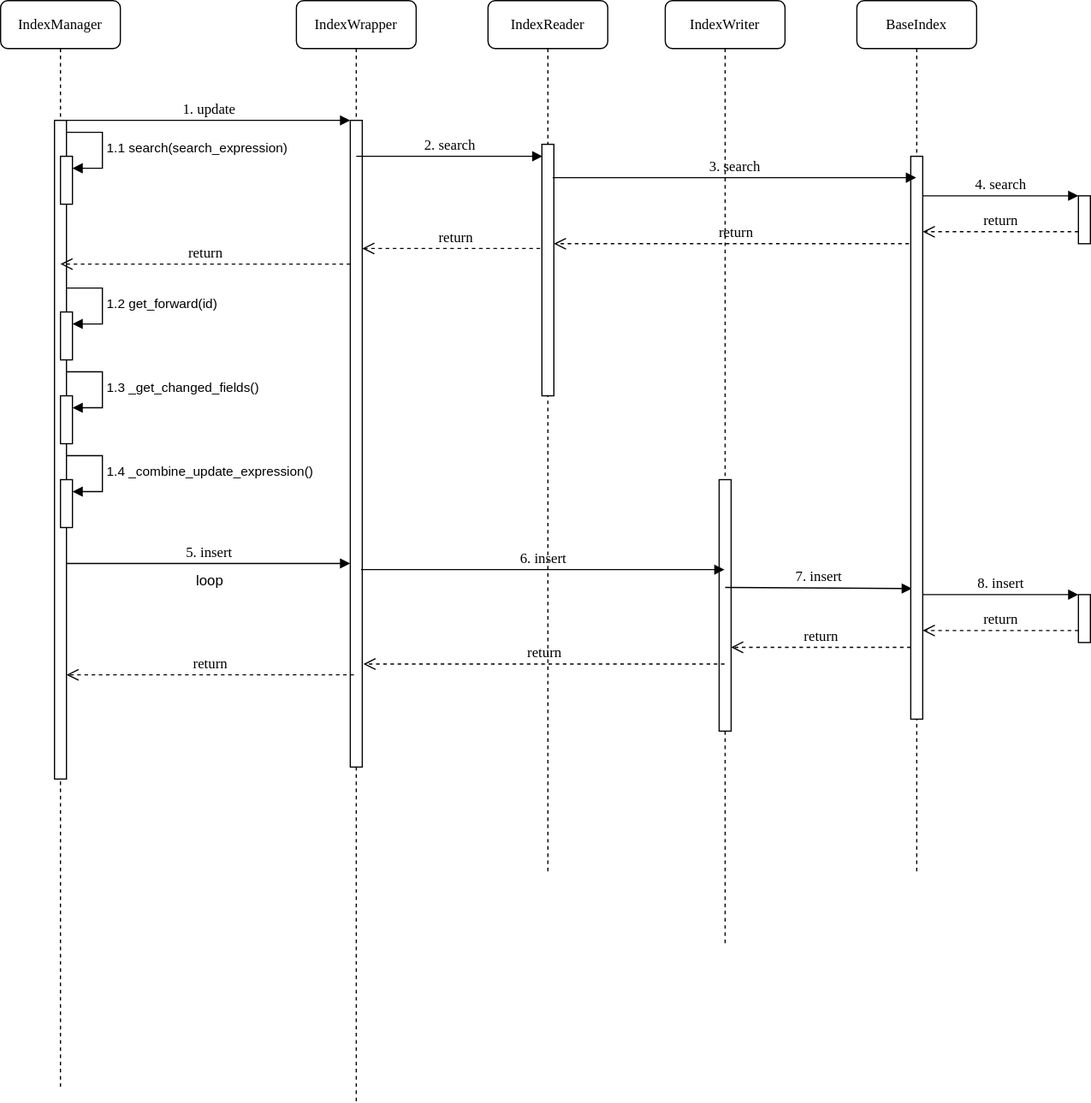
Before: memdb_erase时序图.drawio 的副本.svg, a diagram exported from draw.io (gaochenxi/drawio). Source tidied: cells renumbered, new cells last; positions are measured from the earlier drawing's top-left corner, leaving out a move shared by most shapes.
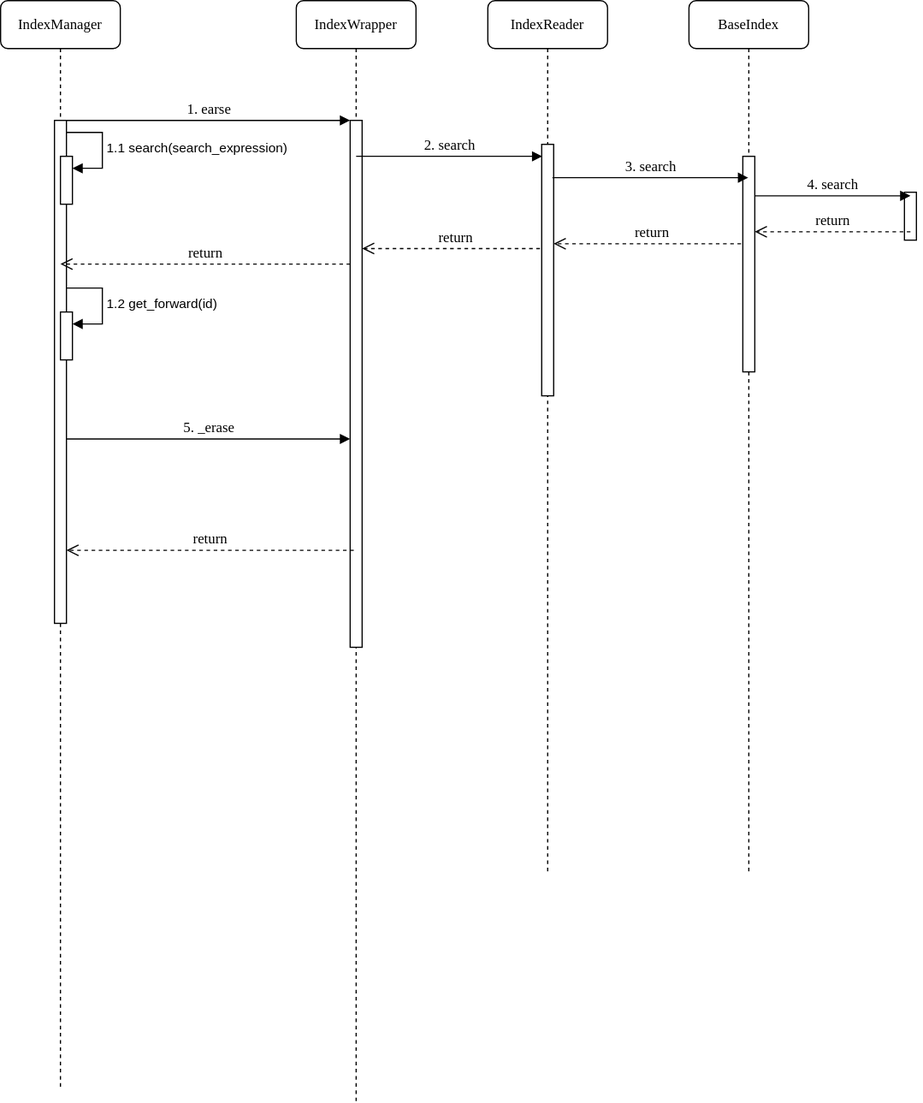
The same file after the commit.

Commit message:
更新memdb_erase时序图.drawio 的副本.svg

The edit, as a diff of the source:
```diff
@@ -2,30 +2,11 @@
   <root>
     <mxCell id="0" />
     <mxCell id="1" parent="0" />
-    <mxCell id="2" value="IndexWriter" style="shape=umlLifeline;perimeter=lifelinePerimeter;whiteSpace=wrap;html=1;outlineConnect=0;rounded=1;shadow=0;comic=0;labelBackgroundColor=none;strokeWidth=1;fontFamily=Verdana;fontSize=12;align=center;" parent="1" vertex="1">
-      <mxGeometry x="555" width="100" height="790" as="geometry" />
-    </mxCell>
-    <mxCell id="3" style="html=1;perimeter=orthogonalPerimeter;rounded=0;shadow=0;comic=0;labelBackgroundColor=none;strokeWidth=1;fontFamily=Verdana;fontSize=12;align=center;" parent="2" vertex="1">
-      <mxGeometry x="45" y="400" width="10" height="210" as="geometry" />
-    </mxCell>
-    <mxCell id="4" value="7. insert" style="html=1;verticalAlign=bottom;endArrow=block;labelBackgroundColor=none;fontFamily=Verdana;fontSize=12;elbow=vertical;entryX=0.1;entryY=0.768;entryDx=0;entryDy=0;entryPerimeter=0;" parent="2" edge="1" target="30">
-      <mxGeometry relative="1" as="geometry">
-        <mxPoint x="50" y="490" as="sourcePoint" />
-      </mxGeometry>
-    </mxCell>
-    <mxCell id="5" value="return" style="html=1;verticalAlign=bottom;endArrow=open;dashed=1;endSize=8;labelBackgroundColor=none;fontFamily=Verdana;fontSize=12;edgeStyle=elbowEdgeStyle;elbow=vertical;" parent="2" edge="1" source="30">
-      <mxGeometry relative="1" as="geometry">
-        <mxPoint x="55" y="540" as="targetPoint" />
-        <Array as="points">
-          <mxPoint x="160" y="540" />
-        </Array>
-      </mxGeometry>
-    </mxCell>
     <mxCell id="6" value="IndexWrapper" style="shape=umlLifeline;perimeter=lifelinePerimeter;whiteSpace=wrap;html=1;rounded=1;shadow=0;comic=0;labelBackgroundColor=none;strokeWidth=1;fontFamily=Verdana;fontSize=12;align=center;" parent="1" vertex="1">
       <mxGeometry x="247" width="100" height="920" as="geometry" />
     </mxCell>
     <mxCell id="7" style="html=1;points=[];perimeter=orthogonalPerimeter;rounded=0;shadow=0;comic=0;labelBackgroundColor=none;strokeWidth=1;fontFamily=Verdana;fontSize=12;align=center;" parent="6" vertex="1">
-      <mxGeometry x="45" y="100" width="10" height="540" as="geometry" />
+      <mxGeometry x="45" y="100" width="10" height="440" as="geometry" />
     </mxCell>
     <mxCell id="8" value="return" style="html=1;verticalAlign=bottom;endArrow=open;dashed=1;endSize=8;labelBackgroundColor=none;fontFamily=Verdana;fontSize=12;elbow=vertical;" parent="6" edge="1">
       <mxGeometry relative="1" as="geometry">
@@ -51,13 +32,13 @@
       </mxGeometry>
     </mxCell>
     <mxCell id="13" value="BaseIndex" style="shape=umlLifeline;perimeter=lifelinePerimeter;whiteSpace=wrap;html=1;outlineConnect=0;rounded=1;shadow=0;comic=0;labelBackgroundColor=none;strokeWidth=1;fontFamily=Verdana;fontSize=12;align=center;" parent="1" vertex="1">
-      <mxGeometry x="715" width="100" height="730" as="geometry" />
+      <mxGeometry x="575" width="100" height="730" as="geometry" />
     </mxCell>
     <mxCell id="14" value="IndexManager" style="shape=umlLifeline;perimeter=lifelinePerimeter;whiteSpace=wrap;html=1;rounded=1;shadow=0;comic=0;labelBackgroundColor=none;strokeWidth=1;fontFamily=Verdana;fontSize=12;align=center;" parent="1" vertex="1">
       <mxGeometry width="100" height="910" as="geometry" />
     </mxCell>
     <mxCell id="15" style="html=1;points=[];perimeter=orthogonalPerimeter;rounded=0;shadow=0;comic=0;labelBackgroundColor=none;strokeWidth=1;fontFamily=Verdana;fontSize=12;align=center;" parent="14" vertex="1">
-      <mxGeometry x="45" y="100" width="10" height="550" as="geometry" />
+      <mxGeometry x="45" y="100" width="10" height="420" as="geometry" />
     </mxCell>
     <mxCell id="16" style="group;" parent="14" vertex="1">
       <mxGeometry x="50" y="130" width="35" height="40" as="geometry" />
@@ -87,48 +68,20 @@
         </Array>
       </mxGeometry>
     </mxCell>
-    <mxCell id="22" style="group;" parent="14" vertex="1">
-      <mxGeometry x="50" y="330" width="35" height="40" as="geometry" />
-    </mxCell>
-    <mxCell id="23" style="html=1;points=[];perimeter=orthogonalPerimeter;outlineConnect=0;targetShapes=umlLifeline;portConstraint=eastwest;newEdgeStyle={&quot;edgeStyle&quot;:&quot;elbowEdgeStyle&quot;,&quot;elbow&quot;:&quot;vertical&quot;,&quot;curved&quot;:0,&quot;rounded&quot;:0};" parent="22" vertex="1">
-      <mxGeometry width="10" height="40" as="geometry" />
-    </mxCell>
-    <mxCell id="24" value="1.3 _get_changed_fields()" style="html=1;align=left;spacingLeft=2;endArrow=block;rounded=0;edgeStyle=orthogonalEdgeStyle;curved=0;rounded=0;" parent="22" edge="1" target="23">
-      <mxGeometry x="0.01" relative="1" as="geometry">
-        <mxPoint x="5" y="-20" as="sourcePoint" />
-        <Array as="points">
-          <mxPoint x="35" y="10" />
-        </Array>
-      </mxGeometry>
-    </mxCell>
-    <mxCell id="25" style="group;" parent="14" vertex="1">
-      <mxGeometry x="50" y="400" width="35" height="40" as="geometry" />
-    </mxCell>
-    <mxCell id="26" style="html=1;points=[];perimeter=orthogonalPerimeter;outlineConnect=0;targetShapes=umlLifeline;portConstraint=eastwest;newEdgeStyle={&quot;edgeStyle&quot;:&quot;elbowEdgeStyle&quot;,&quot;elbow&quot;:&quot;vertical&quot;,&quot;curved&quot;:0,&quot;rounded&quot;:0};" parent="25" vertex="1">
-      <mxGeometry width="10" height="40" as="geometry" />
-    </mxCell>
-    <mxCell id="27" value="1.4 _combine_update_expression()" style="html=1;align=left;spacingLeft=2;endArrow=block;rounded=0;edgeStyle=orthogonalEdgeStyle;curved=0;rounded=0;" parent="25" edge="1" target="26">
-      <mxGeometry x="0.01" relative="1" as="geometry">
-        <mxPoint x="5" y="-20" as="sourcePoint" />
-        <Array as="points">
-          <mxPoint x="35" y="10" />
-        </Array>
-      </mxGeometry>
-    </mxCell>
-    <mxCell id="28" value="5. insert" style="html=1;verticalAlign=bottom;endArrow=block;entryX=0;entryY=0;labelBackgroundColor=none;fontFamily=Verdana;fontSize=12;edgeStyle=elbowEdgeStyle;elbow=vertical;" parent="14" edge="1">
+    <mxCell id="28" value="5. _erase" style="html=1;verticalAlign=bottom;endArrow=block;entryX=0;entryY=0;labelBackgroundColor=none;fontFamily=Verdana;fontSize=12;edgeStyle=elbowEdgeStyle;elbow=vertical;" parent="14" edge="1">
       <mxGeometry relative="1" as="geometry">
-        <mxPoint x="55" y="470" as="sourcePoint" />
-        <mxPoint x="292" y="470" as="targetPoint" />
+        <mxPoint x="55" y="366" as="sourcePoint" />
+        <mxPoint x="292" y="366" as="targetPoint" />
       </mxGeometry>
     </mxCell>
     <mxCell id="29" value="return" style="html=1;verticalAlign=bottom;endArrow=open;dashed=1;endSize=8;labelBackgroundColor=none;fontFamily=Verdana;fontSize=12;elbow=vertical;" parent="14" edge="1">
       <mxGeometry relative="1" as="geometry">
-        <mxPoint x="295" y="563" as="sourcePoint" />
-        <mxPoint x="55" y="563" as="targetPoint" />
+        <mxPoint x="295" y="459" as="sourcePoint" />
+        <mxPoint x="55" y="459" as="targetPoint" />
       </mxGeometry>
     </mxCell>
     <mxCell id="30" style="html=1;points=[];perimeter=orthogonalPerimeter;rounded=0;shadow=0;comic=0;labelBackgroundColor=none;strokeWidth=1;fontFamily=Verdana;fontSize=12;align=center;" parent="1" vertex="1">
-      <mxGeometry x="760" y="130" width="10" height="470" as="geometry" />
+      <mxGeometry x="620" y="130" width="10" height="180" as="geometry" />
     </mxCell>
     <mxCell id="31" value="3. search" style="html=1;verticalAlign=bottom;endArrow=block;labelBackgroundColor=none;fontFamily=Verdana;fontSize=12;elbow=vertical;exitX=0.9;exitY=0.086;exitDx=0;exitDy=0;exitPerimeter=0;" parent="1" edge="1" target="13">
       <mxGeometry relative="1" as="geometry">
@@ -136,62 +89,34 @@
       </mxGeometry>
     </mxCell>
     <mxCell id="32" style="html=1;points=[];perimeter=orthogonalPerimeter;rounded=0;shadow=0;comic=0;labelBackgroundColor=none;strokeWidth=1;fontFamily=Verdana;fontSize=12;align=center;" parent="1" vertex="1">
-      <mxGeometry x="900" y="163" width="10" height="40" as="geometry" />
+      <mxGeometry x="755" y="160" width="10" height="40" as="geometry" />
     </mxCell>
-    <mxCell id="33" value="4. search" style="html=1;verticalAlign=bottom;endArrow=block;entryX=0;entryY=0;labelBackgroundColor=none;fontFamily=Verdana;fontSize=12;edgeStyle=elbowEdgeStyle;elbow=vertical;" parent="1" edge="1" target="32">
+    <mxCell id="33" value="4. search" style="html=1;verticalAlign=bottom;endArrow=block;entryX=0;entryY=0;labelBackgroundColor=none;fontFamily=Verdana;fontSize=12;edgeStyle=elbowEdgeStyle;elbow=vertical;" parent="1" edge="1">
       <mxGeometry relative="1" as="geometry">
-        <mxPoint x="770" y="163" as="sourcePoint" />
+        <mxPoint x="630" y="163" as="sourcePoint" />
+        <mxPoint x="760" y="163" as="targetPoint" />
         <Array as="points">
-          <mxPoint x="795" y="163" />
+          <mxPoint x="655" y="163" />
         </Array>
       </mxGeometry>
     </mxCell>
-    <mxCell id="34" value="return" style="html=1;verticalAlign=bottom;endArrow=open;dashed=1;endSize=8;labelBackgroundColor=none;fontFamily=Verdana;fontSize=12;edgeStyle=elbowEdgeStyle;elbow=vertical;" parent="1" edge="1" source="32">
+    <mxCell id="34" value="return" style="html=1;verticalAlign=bottom;endArrow=open;dashed=1;endSize=8;labelBackgroundColor=none;fontFamily=Verdana;fontSize=12;edgeStyle=elbowEdgeStyle;elbow=vertical;" parent="1" edge="1">
       <mxGeometry relative="1" as="geometry">
-        <mxPoint x="770" y="193" as="targetPoint" />
+        <mxPoint x="760" y="193" as="sourcePoint" />
+        <mxPoint x="630" y="193" as="targetPoint" />
         <Array as="points">
-          <mxPoint x="845" y="193" />
-          <mxPoint x="875" y="193" />
+          <mxPoint x="705" y="193" />
+          <mxPoint x="735" y="193" />
         </Array>
       </mxGeometry>
     </mxCell>
-    <mxCell id="35" value="1. update" style="html=1;verticalAlign=bottom;endArrow=block;entryX=0;entryY=0;labelBackgroundColor=none;fontFamily=Verdana;fontSize=12;edgeStyle=elbowEdgeStyle;elbow=vertical;" parent="1" edge="1" source="15" target="7">
+    <mxCell id="35" value="1. earse" style="html=1;verticalAlign=bottom;endArrow=block;entryX=0;entryY=0;labelBackgroundColor=none;fontFamily=Verdana;fontSize=12;edgeStyle=elbowEdgeStyle;elbow=vertical;" parent="1" edge="1" source="15" target="7">
       <mxGeometry relative="1" as="geometry" />
     </mxCell>
-    <mxCell id="36" style="html=1;points=[];perimeter=orthogonalPerimeter;rounded=0;shadow=0;comic=0;labelBackgroundColor=none;strokeWidth=1;fontFamily=Verdana;fontSize=12;align=center;" parent="1" vertex="1">
-      <mxGeometry x="900" y="496" width="10" height="40" as="geometry" />
-    </mxCell>
-    <mxCell id="37" value="8. insert" style="html=1;verticalAlign=bottom;endArrow=block;entryX=0;entryY=0;labelBackgroundColor=none;fontFamily=Verdana;fontSize=12;edgeStyle=elbowEdgeStyle;elbow=vertical;" parent="1" edge="1" target="36">
-      <mxGeometry relative="1" as="geometry">
-        <mxPoint x="770" y="496" as="sourcePoint" />
-      </mxGeometry>
-    </mxCell>
-    <mxCell id="38" value="return" style="html=1;verticalAlign=bottom;endArrow=open;dashed=1;endSize=8;labelBackgroundColor=none;fontFamily=Verdana;fontSize=12;edgeStyle=elbowEdgeStyle;elbow=vertical;" parent="1" edge="1" source="36">
-      <mxGeometry relative="1" as="geometry">
-        <mxPoint x="770" y="526" as="targetPoint" />
-        <Array as="points">
-          <mxPoint x="845" y="526" />
-          <mxPoint x="875" y="526" />
-        </Array>
-      </mxGeometry>
-    </mxCell>
-    <mxCell id="39" value="return" style="html=1;verticalAlign=bottom;endArrow=open;dashed=1;endSize=8;labelBackgroundColor=none;fontFamily=Verdana;fontSize=12;elbow=vertical;entryX=1.1;entryY=0.924;entryDx=0;entryDy=0;entryPerimeter=0;" parent="1" edge="1" source="2">
-      <mxGeometry relative="1" as="geometry">
-        <mxPoint x="303" y="554" as="targetPoint" />
-      </mxGeometry>
-    </mxCell>
     <mxCell id="40" value="return" style="html=1;verticalAlign=bottom;endArrow=open;dashed=1;endSize=8;labelBackgroundColor=none;fontFamily=Verdana;fontSize=12;elbow=vertical;" parent="1" edge="1" source="7">
       <mxGeometry relative="1" as="geometry">
         <mxPoint x="50" y="220" as="targetPoint" />
       </mxGeometry>
     </mxCell>
-    <mxCell id="41" value="6. insert" style="html=1;verticalAlign=bottom;endArrow=block;labelBackgroundColor=none;fontFamily=Verdana;fontSize=12;elbow=vertical;exitX=0.9;exitY=0.778;exitDx=0;exitDy=0;exitPerimeter=0;" parent="1" edge="1" target="2">
-      <mxGeometry relative="1" as="geometry">
-        <mxPoint x="301" y="475.1" as="sourcePoint" />
-      </mxGeometry>
-    </mxCell>
-    <mxCell id="42" value="loop" style="text;strokeColor=none;align=center;fillColor=none;html=1;verticalAlign=middle;whiteSpace=wrap;rounded=0;" parent="1" vertex="1">
-      <mxGeometry x="145" y="470" width="60" height="30" as="geometry" />
-    </mxCell>
   </root>
 </mxGraphModel>
```
